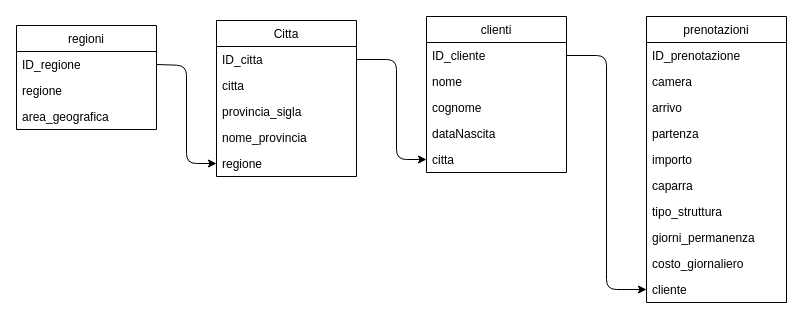
Earlier version of the draw.io diagram er diagrams/prenotazioni.drawio (crossi72/database-corsi). Source tidied: cells renumbered, new cells numbered last; positions are measured from the earlier drawing's top-left corner, leaving out a move shared by most shapes. Both pictures are drawn from the tidied source at 100%, with x=0, y=0 at pixel (16, 16).
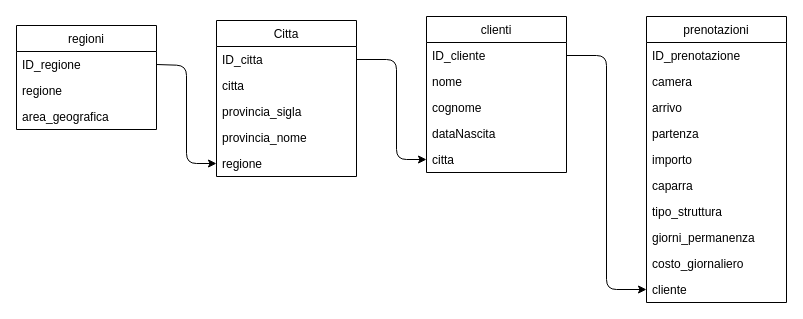
Above is the later version.

Unchanged cells that the change refers to:
```xml
<mxCell id="23" value="Citta" style="swimlane;fontStyle=0;horizontal=1;startSize=26;fillColor=none;" parent="1" vertex="1">
  <mxGeometry x="200" y="4" width="140" height="156" as="geometry" />
</mxCell>
```

Change to the diagram source:
```diff
@@
-    <mxCell id="27" value="nome_provincia" style="text;strokeColor=none;fillColor=none;align=left;verticalAlign=top;spacingLeft=4;spacingRight=4;overflow=hidden;" parent="23" vertex="1">
+    <mxCell id="27" value="provincia_nome" style="text;strokeColor=none;fillColor=none;align=left;verticalAlign=top;spacingLeft=4;spacingRight=4;overflow=hidden;" parent="23" vertex="1">
       <mxGeometry y="104" width="140" height="26" as="geometry" />
     </mxCell>
```
